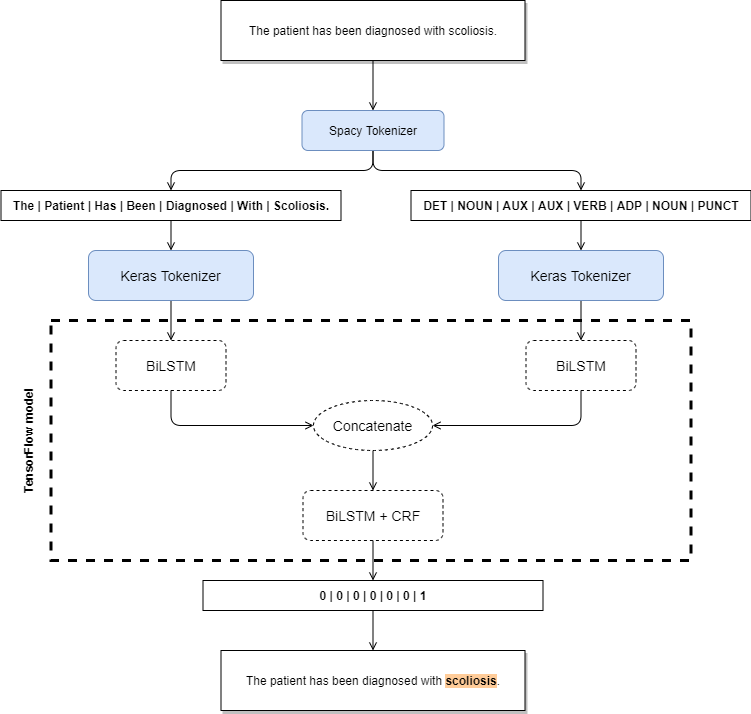
Earlier version of the draw.io export doc/ner-lstm-crf.png (DimasDMM/diseases-ner). Source tidied: cells renumbered, new cells last; positions are measured from the earlier drawing's top-left corner, leaving out a move shared by most shapes.
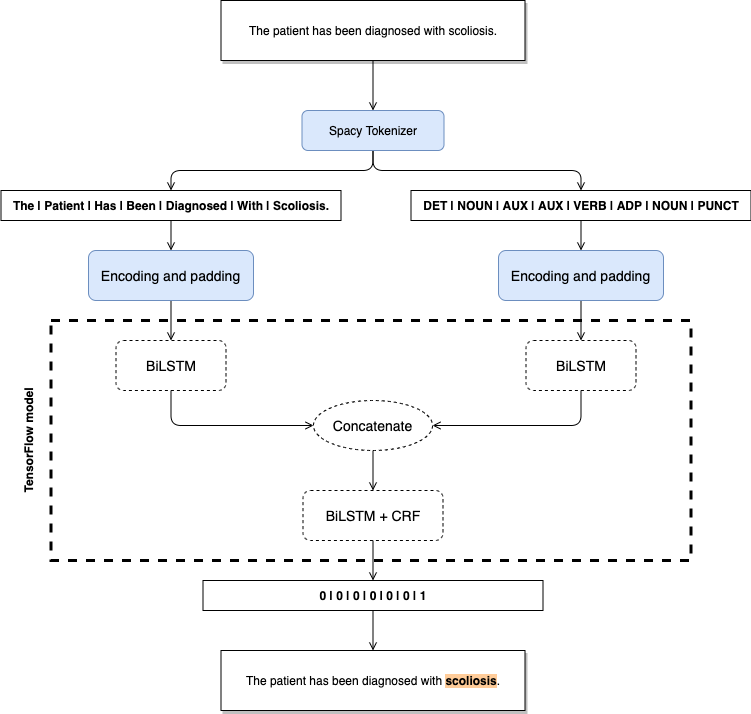
Later version of the same file.

Change to the diagram source:
```diff
@@ -44,13 +44,13 @@
     <mxCell id="15" style="edgeStyle=orthogonalEdgeStyle;rounded=1;jettySize=auto;html=1;exitX=0.5;exitY=1;exitDx=0;exitDy=0;entryX=0.5;entryY=0;entryDx=0;entryDy=0;endArrow=open;endFill=0;" parent="1" edge="1" source="16" target="5">
       <mxGeometry relative="1" as="geometry" />
     </mxCell>
-    <mxCell id="16" value="&lt;font style=&quot;font-size: 14px&quot;&gt;Keras Tokenizer&lt;/font&gt;" style="rounded=1;whiteSpace=wrap;html=1;fillColor=#dae8fc;strokeColor=#6c8ebf;" parent="1" vertex="1">
+    <mxCell id="16" value="&lt;font style=&quot;font-size: 14px&quot;&gt;Encoding and padding&lt;/font&gt;" style="rounded=1;whiteSpace=wrap;html=1;fillColor=#dae8fc;strokeColor=#6c8ebf;" parent="1" vertex="1">
       <mxGeometry x="120" y="250" width="165" height="50" as="geometry" />
     </mxCell>
     <mxCell id="17" style="edgeStyle=orthogonalEdgeStyle;rounded=1;jettySize=auto;html=1;exitX=0.5;exitY=1;exitDx=0;exitDy=0;entryX=0.5;entryY=0;entryDx=0;entryDy=0;endArrow=open;endFill=0;" parent="1" edge="1" source="18" target="9">
       <mxGeometry relative="1" as="geometry" />
     </mxCell>
-    <mxCell id="18" value="&lt;font style=&quot;font-size: 14px&quot;&gt;Keras Tokenizer&lt;/font&gt;" style="rounded=1;whiteSpace=wrap;html=1;fillColor=#dae8fc;strokeColor=#6c8ebf;" parent="1" vertex="1">
+    <mxCell id="18" value="&lt;font style=&quot;font-size: 14px&quot;&gt;Encoding and padding&lt;/font&gt;" style="rounded=1;whiteSpace=wrap;html=1;fillColor=#dae8fc;strokeColor=#6c8ebf;" parent="1" vertex="1">
       <mxGeometry x="530" y="250" width="165" height="50" as="geometry" />
     </mxCell>
     <mxCell id="19" style="edgeStyle=orthogonalEdgeStyle;rounded=1;jettySize=auto;html=1;exitX=0.5;exitY=1;exitDx=0;exitDy=0;entryX=0.5;entryY=0;entryDx=0;entryDy=0;endArrow=open;endFill=0;" parent="1" edge="1" source="20" target="22">
```
